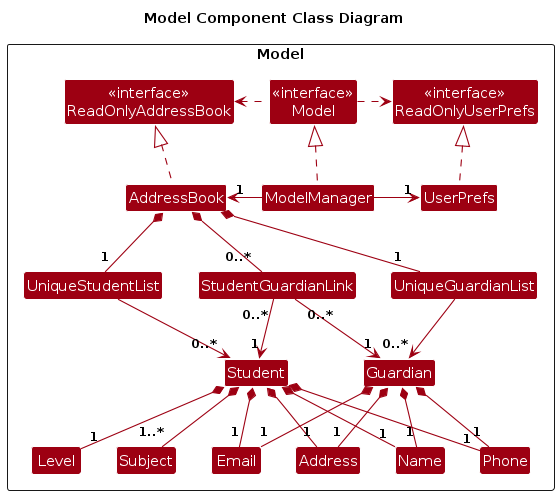
Above: diagrams/ModelClassDiagram.png in AY2627S1-CS2103T-T15-3/tp (PlantUML), before the change. Its source is kept beside it as diagrams/ModelClassDiagram.puml.
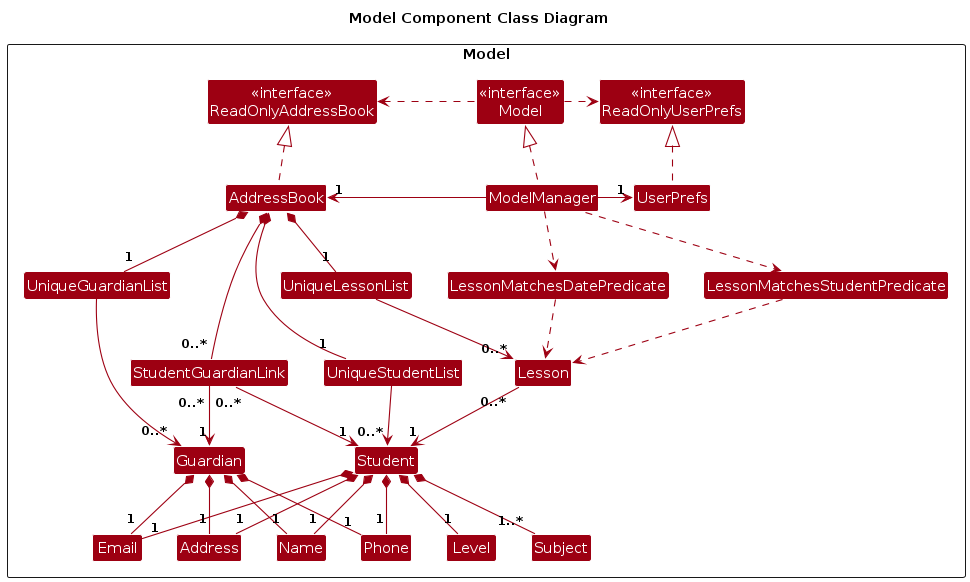
After the commit.

The edit, as a diff of the source:
```diff
@@ -15,9 +15,13 @@
 
     Class UniqueStudentList
     Class UniqueGuardianList
+    Class UniqueLessonList
     Class StudentGuardianLink
     Class Student
     Class Guardian
+    Class Lesson
+    Class LessonMatchesDatePredicate
+    Class LessonMatchesStudentPredicate
     Class Name
     Class Phone
     Class Email
@@ -36,9 +40,17 @@
 
 AddressBook *-- "1" UniqueStudentList
 AddressBook *-- "1" UniqueGuardianList
+AddressBook *-- "1" UniqueLessonList
 AddressBook *-- "0..*" StudentGuardianLink
 UniqueStudentList --> "0..*" Student
 UniqueGuardianList --> "0..*" Guardian
+UniqueLessonList --> "0..*" Lesson
+
+Lesson "0..*" --> "1" Student
+LessonMatchesDatePredicate ..> Lesson
+LessonMatchesStudentPredicate ..> Lesson
+ModelManager ..> LessonMatchesDatePredicate
+ModelManager ..> LessonMatchesStudentPredicate
 
 StudentGuardianLink "0..*" --> "1" Student
 StudentGuardianLink "0..*" --> "1" Guardian
```
